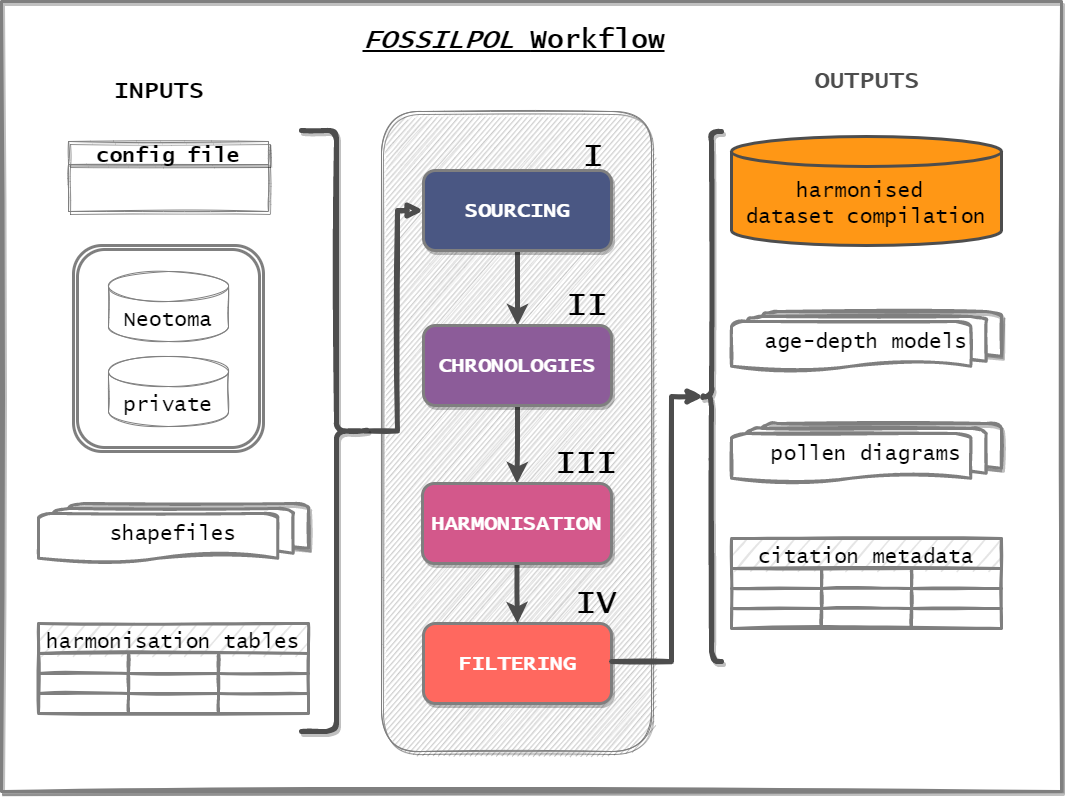
This is Outputs/Figures/Supplementary/Workflow_MainText_Summary.drawio.png from HOPE-UIB-BIO/FOSSILPOL-example-Scandinavia, a draw.io export, as it was before one commit. Source tidied: cells renumbered, new cells last; positions are measured from the earlier drawing's top-left corner, leaving out a move shared by most shapes.
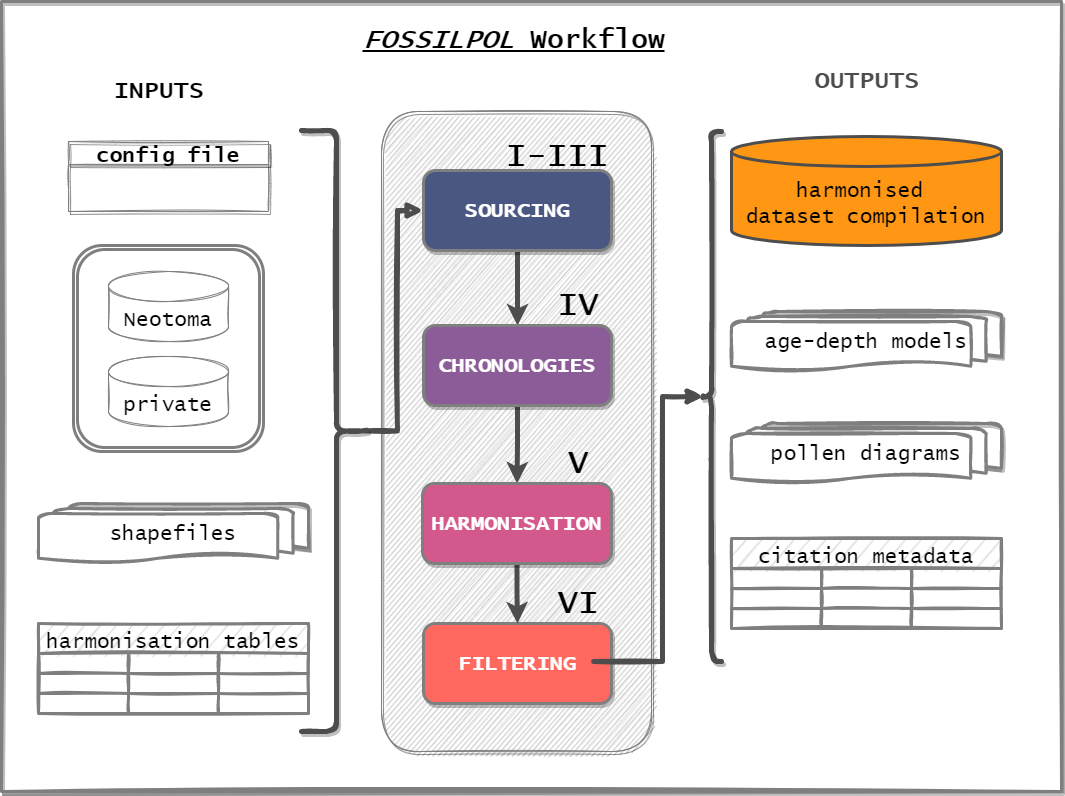
After the commit.

What changed in the source:
```diff
@@ -48,17 +48,17 @@
     <mxCell id="15" value="private" style="shape=cylinder3;whiteSpace=wrap;html=1;boundedLbl=1;backgroundOutline=1;size=15;rounded=0;glass=1;fontFamily=Lucida Console;fontSize=21;sketch=1;strokeColor=#7f7f7f;fontColor=#000000;" parent="1" vertex="1">
       <mxGeometry x="107" y="355" width="120" height="70" as="geometry" />
     </mxCell>
-    <mxCell id="16" value="&lt;b style=&quot;font-size: 33px;&quot;&gt;&lt;font style=&quot;font-size: 33px;&quot;&gt;I&lt;/font&gt;&lt;/b&gt;" style="text;html=1;strokeColor=none;fillColor=none;align=center;verticalAlign=middle;whiteSpace=wrap;rounded=0;sketch=0;fontFamily=Lucida Console;fontSize=33;" parent="1" vertex="1">
-      <mxGeometry x="562" y="80" width="60" height="150" as="geometry" />
+    <mxCell id="16" value="&lt;b style=&quot;font-size: 33px;&quot;&gt;&lt;font style=&quot;font-size: 33px;&quot;&gt;I-III&lt;/font&gt;&lt;/b&gt;" style="text;html=1;strokeColor=none;fillColor=none;align=center;verticalAlign=middle;whiteSpace=wrap;rounded=0;sketch=0;fontFamily=Lucida Console;fontSize=33;" parent="1" vertex="1">
+      <mxGeometry x="490" y="80" width="132" height="150" as="geometry" />
     </mxCell>
-    <mxCell id="17" value="&lt;b style=&quot;font-size: 33px;&quot;&gt;&lt;font style=&quot;font-size: 33px;&quot;&gt;II&lt;/font&gt;&lt;/b&gt;" style="text;html=1;strokeColor=none;fillColor=none;align=center;verticalAlign=middle;whiteSpace=wrap;rounded=0;sketch=0;fontFamily=Lucida Console;fontSize=33;" parent="1" vertex="1">
-      <mxGeometry x="541" y="229" width="90" height="150" as="geometry" />
+    <mxCell id="17" value="&lt;b style=&quot;font-size: 33px;&quot;&gt;&lt;font style=&quot;font-size: 33px;&quot;&gt;IV&lt;/font&gt;&lt;/b&gt;" style="text;html=1;strokeColor=none;fillColor=none;align=center;verticalAlign=middle;whiteSpace=wrap;rounded=0;sketch=0;fontFamily=Lucida Console;fontSize=33;" parent="1" vertex="1">
+      <mxGeometry x="532" y="229" width="90" height="150" as="geometry" />
     </mxCell>
-    <mxCell id="18" value="&lt;b style=&quot;font-size: 33px;&quot;&gt;&lt;font style=&quot;font-size: 33px;&quot;&gt;III&lt;/font&gt;&lt;/b&gt;" style="text;html=1;strokeColor=none;fillColor=none;align=center;verticalAlign=middle;whiteSpace=wrap;rounded=0;sketch=0;fontFamily=Lucida Console;fontSize=33;" parent="1" vertex="1">
-      <mxGeometry x="540" y="387" width="90" height="150" as="geometry" />
+    <mxCell id="18" value="&lt;b style=&quot;font-size: 33px;&quot;&gt;&lt;font style=&quot;font-size: 33px;&quot;&gt;V&lt;/font&gt;&lt;/b&gt;" style="text;html=1;strokeColor=none;fillColor=none;align=center;verticalAlign=middle;whiteSpace=wrap;rounded=0;sketch=0;fontFamily=Lucida Console;fontSize=33;" parent="1" vertex="1">
+      <mxGeometry x="532" y="387" width="90" height="150" as="geometry" />
     </mxCell>
-    <mxCell id="19" value="&lt;b style=&quot;font-size: 33px;&quot;&gt;&lt;font style=&quot;font-size: 33px;&quot;&gt;IV&lt;/font&gt;&lt;/b&gt;" style="text;html=1;strokeColor=none;fillColor=none;align=center;verticalAlign=middle;whiteSpace=wrap;rounded=0;sketch=0;fontFamily=Lucida Console;fontSize=33;" parent="1" vertex="1">
-      <mxGeometry x="550" y="527" width="90" height="150" as="geometry" />
+    <mxCell id="19" value="&lt;b style=&quot;font-size: 33px;&quot;&gt;&lt;font style=&quot;font-size: 33px;&quot;&gt;VI&lt;/font&gt;&lt;/b&gt;" style="text;html=1;strokeColor=none;fillColor=none;align=center;verticalAlign=middle;whiteSpace=wrap;rounded=0;sketch=0;fontFamily=Lucida Console;fontSize=33;" parent="1" vertex="1">
+      <mxGeometry x="532" y="527" width="90" height="150" as="geometry" />
     </mxCell>
     <mxCell id="20" value="INPUTS" style="text;strokeColor=none;fillColor=none;html=1;fontSize=24;fontStyle=1;verticalAlign=middle;align=center;shadow=1;sketch=1;fontFamily=Lucida Console;fontColor=#000000;" parent="1" vertex="1">
       <mxGeometry x="107" y="70" width="100" height="40" as="geometry" />
```
